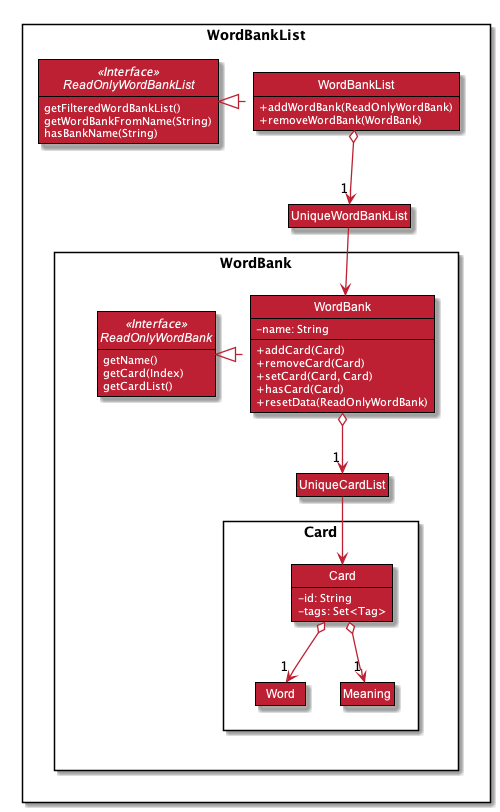
Above: images/OverviewOfWordBankList.png in AY1920S1-CS2103T-T11-2/main (PlantUML), before the change.
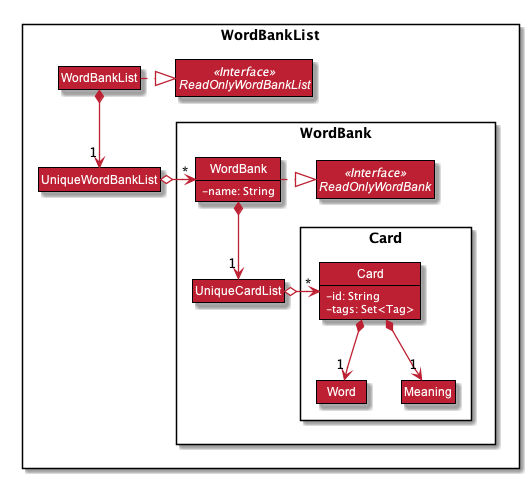
Later version of the same file.

What changed in the source:
```diff
@@ -1,4 +1,5 @@
 @startuml
+
 
 
 
@@ -61,63 +62,46 @@
 show members
 hide empty members
 
-Package WordBankList <<Rectangle>>{
-Interface ReadOnlyWordBankList <<Interface>> {
-getFilteredWordBankList()
-getWordBankFromName(String)
-hasBankName(String)
+Package WordBankList {
+Interface ReadOnlyWordBankList <<Interface>>
+Class WordBankList {
 }
 
-class WordBankList {
-   +addWordBank(ReadOnlyWordBank)
-   +removeWordBank(WordBank)
-}
 Class UniqueWordBankList
 
-WordBankList .left.|> ReadOnlyWordBankList
-WordBankList o-down-> "1" UniqueWordBankList
-UniqueWordBankList --> WordBank
+
+Package WordBank {
+Interface ReadOnlyWordBank <<Interface>> {
+}
+Class WordBank {
+   -name: String
+}
+Class UniqueCardList
+
+Package Card {
+Class Card {
+- id: String
+- tags: Set<Tag>
+}
+Class Meaning
+Class Word
+}
+}
+}
+
+WordBankList .right.|> ReadOnlyWordBankList
+WordBankList *-down-> "1" UniqueWordBankList
+UniqueWordBankList o-right-> "*" WordBank
+
+WordBank .right.|> ReadOnlyWordBank
+WordBank *-down-> "1" UniqueCardList
+UniqueCardList o-> "*" Card
 
 show members
 hide empty members
 
-Package WordBank <<Rectangle>>{
-Interface ReadOnlyWordBank <<Interface>> {
-getName()
-getCard(Index)
-getCardList()
-}
-
-class WordBank {
-   -name: String
-   +addCard(Card)
-   +removeCard(Card)
-   +setCard(Card, Card)
-   +hasCard(Card)
-   +resetData(ReadOnlyWordBank)
-}
-Class UniqueCardList
-Class Card
-
-
-WordBank .left.|> ReadOnlyWordBank
-WordBank o-down-> "1" UniqueCardList
-UniqueCardList -down-> Card
-
-show members
-hide empty members
-
-Package Card <<Rectangle>>{
-Class Card {
-- id: String
-- tags: Set<Tag>
-}
-Class Word
-Class Meaning
-}
-
-Card o--> "1" Word
-Card o--> "1" Meaning
+Card *--> "1" Meaning
+Card *--> "1" Word
 
 Meaning *-LEFT[hidden]-> Word
 @enduml
```
